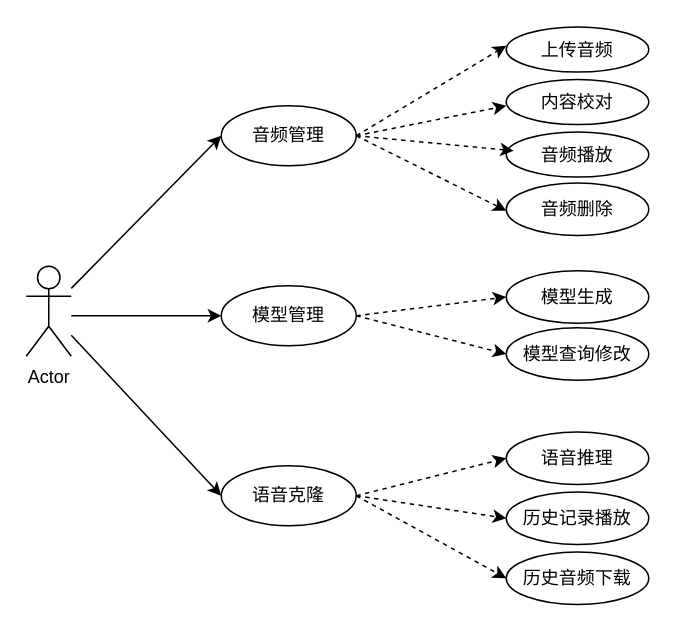
The draw.io diagram ER.drawio in AaalexMTX/DRAW, before the edit. Source tidied: cells renumbered, new cells numbered last; positions are measured from the earlier drawing's top-left corner, leaving out a move shared by most shapes. Both pictures are drawn from the tidied source at 150%, with x=0, y=0 at pixel (26, 27).
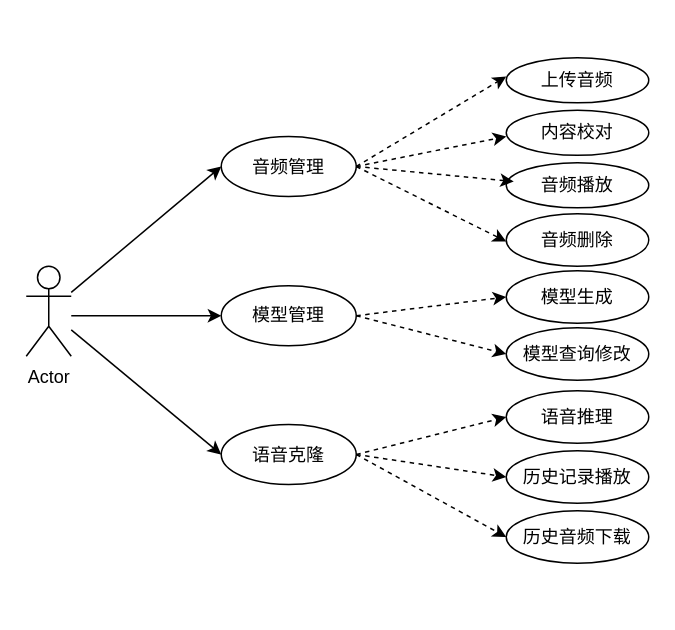
The same diagram, later.

Unchanged cells that the change refers to:
```xml
<mxCell id="2" value="Actor" style="shape=umlActor;verticalLabelPosition=bottom;verticalAlign=top;html=1;outlineConnect=0;" parent="1" vertex="1">
  <mxGeometry y="159" width="30" height="60" as="geometry" />
</mxCell>
```

The edit, as a diff of the source:
```diff
@@
     <mxCell id="3" value="语音克隆" style="ellipse;whiteSpace=wrap;html=1;" parent="1" vertex="1">
-      <mxGeometry x="130" y="292" width="90" height="40" as="geometry" />
+      <mxGeometry x="130" y="264.5" width="90" height="40" as="geometry" />
     </mxCell>
     <mxCell id="4" value="音频管理" style="ellipse;whiteSpace=wrap;html=1;" parent="1" vertex="1">
-      <mxGeometry x="130" y="52" width="90" height="40" as="geometry" />
+      <mxGeometry x="130" y="72.5" width="90" height="40" as="geometry" />
     </mxCell>
@@
     <mxCell id="6" value="上传音频" style="ellipse;whiteSpace=wrap;html=1;" parent="1" vertex="1">
-      <mxGeometry x="320" y="-0.5" width="95" height="30" as="geometry" />
+      <mxGeometry x="320" y="20" width="95" height="30" as="geometry" />
     </mxCell>
     <mxCell id="7" value="内容校对" style="ellipse;whiteSpace=wrap;html=1;" parent="1" vertex="1">
-      <mxGeometry x="320" y="34.5" width="95" height="30" as="geometry" />
+      <mxGeometry x="320" y="55" width="95" height="30" as="geometry" />
     </mxCell>
     <mxCell id="8" value="音频播放" style="ellipse;whiteSpace=wrap;html=1;" parent="1" vertex="1">
-      <mxGeometry x="320" y="69.5" width="95" height="30" as="geometry" />
+      <mxGeometry x="320" y="90" width="95" height="30" as="geometry" />
     </mxCell>
     <mxCell id="9" value="音频删除" style="ellipse;whiteSpace=wrap;html=1;" parent="1" vertex="1">
-      <mxGeometry x="320" y="103.5" width="95" height="35" as="geometry" />
+      <mxGeometry x="320" y="124" width="95" height="35" as="geometry" />
     </mxCell>
@@
     <mxCell id="12" value="语音推理" style="ellipse;whiteSpace=wrap;html=1;" parent="1" vertex="1">
-      <mxGeometry x="320" y="269.5" width="95" height="35" as="geometry" />
+      <mxGeometry x="320" y="242" width="95" height="35" as="geometry" />
     </mxCell>
     <mxCell id="13" value="历史记录播放" style="ellipse;whiteSpace=wrap;html=1;" parent="1" vertex="1">
-      <mxGeometry x="320" y="309.5" width="95" height="35" as="geometry" />
+      <mxGeometry x="320" y="282" width="95" height="35" as="geometry" />
     </mxCell>
     <mxCell id="14" value="历史音频下载" style="ellipse;whiteSpace=wrap;html=1;" parent="1" vertex="1">
-      <mxGeometry x="320" y="349.5" width="95" height="35" as="geometry" />
+      <mxGeometry x="320" y="322" width="95" height="35" as="geometry" />
     </mxCell>
-    <mxCell id="15" style="endArrow=classic;html=1;rounded=0;" parent="1" edge="1" source="2">
-      <mxGeometry relative="1" as="geometry">
-        <mxPoint x="130" y="72" as="targetPoint" />
-      </mxGeometry>
+    <mxCell id="15" style="endArrow=classic;html=1;rounded=0;entryX=0;entryY=0.5;entryDx=0;entryDy=0;" parent="1" edge="1" source="2" target="4">
+      <mxGeometry relative="1" as="geometry" />
     </mxCell>
@@
-    <mxCell id="17" style="endArrow=classic;html=1;rounded=0;" parent="1" edge="1" source="2">
-      <mxGeometry relative="1" as="geometry">
-        <mxPoint x="130" y="312" as="targetPoint" />
-      </mxGeometry>
+    <mxCell id="17" style="endArrow=classic;html=1;rounded=0;entryX=0;entryY=0.5;entryDx=0;entryDy=0;" parent="1" edge="1" source="2" target="3">
+      <mxGeometry relative="1" as="geometry" />
     </mxCell>
     <mxCell id="18" style="endArrow=classic;html=1;rounded=0;exitX=1;exitY=0.5;exitDx=0;exitDy=0;dashed=1;" parent="1" edge="1" source="4">
       <mxGeometry relative="1" as="geometry">
-        <mxPoint x="320" y="12" as="targetPoint" />
+        <mxPoint x="320" y="32.5" as="targetPoint" />
       </mxGeometry>
     </mxCell>
     <mxCell id="19" style="endArrow=classic;html=1;rounded=0;exitX=1;exitY=0.5;exitDx=0;exitDy=0;dashed=1;" parent="1" edge="1" source="4">
       <mxGeometry relative="1" as="geometry">
-        <mxPoint x="320" y="52" as="targetPoint" />
+        <mxPoint x="320" y="72.5" as="targetPoint" />
       </mxGeometry>
     </mxCell>
     <mxCell id="20" style="endArrow=classic;html=1;rounded=0;exitX=1;exitY=0.5;exitDx=0;exitDy=0;dashed=1;" parent="1" edge="1" source="4">
       <mxGeometry relative="1" as="geometry">
-        <mxPoint x="325" y="82" as="targetPoint" />
+        <mxPoint x="325" y="102.5" as="targetPoint" />
       </mxGeometry>
     </mxCell>
     <mxCell id="21" style="endArrow=classic;html=1;rounded=0;exitX=1;exitY=0.5;exitDx=0;exitDy=0;dashed=1;" parent="1" edge="1" source="4">
       <mxGeometry relative="1" as="geometry">
-        <mxPoint x="320" y="122" as="targetPoint" />
+        <mxPoint x="320" y="142.5" as="targetPoint" />
       </mxGeometry>
     </mxCell>
```
